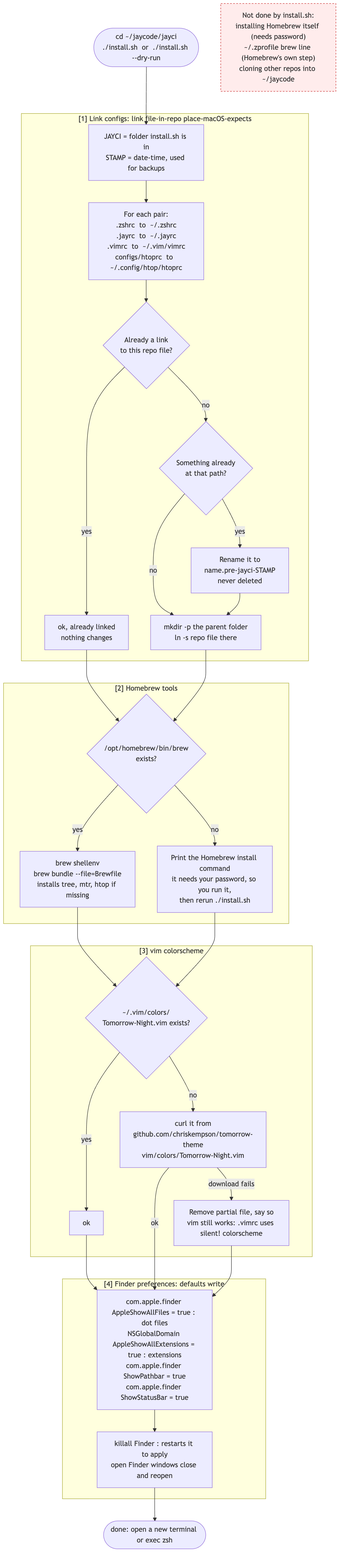
This is docs/diagrams/2-install.png from jaycody/jayci, a Mermaid export, as it was before one commit. Its source is kept beside it as docs/diagrams/2-install.mmd. Source of this version:
```mermaid
flowchart TD
    A(["cd ~/jaycode/jayci<br/>./install.sh  or  ./install.sh --dry-run"]) --> B["JAYCI = folder install.sh is in<br/>STAMP = date-time, used for backups"]

    subgraph S1 ["[1] Link configs: link file-in-repo  place-macOS-expects"]
        B --> L0["For each pair:<br/>.zshrc  to  ~/.zshrc<br/>.jayrc  to  ~/.jayrc<br/>.vimrc  to  ~/.vim/vimrc<br/>configs/htoprc  to  ~/.config/htop/htoprc"]
        L0 --> L1{"Already a link<br/>to this repo file?"}
        L1 -->|yes| L2["ok, already linked<br/>nothing changes"]
        L1 -->|no| L3{"Something already<br/>at that path?"}
        L3 -->|yes| L4["Rename it to<br/>name.pre-jayci-STAMP<br/>never deleted"]
        L3 -->|no| L5
        L4 --> L5["mkdir -p the parent folder<br/>ln -s repo file there"]
    end

    L2 --> H0
    L5 --> H0

    subgraph S2 ["[2] Homebrew tools"]
        H0{"/opt/homebrew/bin/brew<br/>exists?"}
        H0 -->|yes| H1["brew shellenv<br/>brew bundle --file=Brewfile<br/>installs tree, mtr, htop if missing"]
        H0 -->|no| H2["Print the Homebrew install command<br/>it needs your password, so you run it,<br/>then rerun ./install.sh"]
    end

    H1 --> V0
    H2 --> V0

    subgraph S3 ["[3] vim colorscheme"]
        V0{"~/.vim/colors/<br/>Tomorrow-Night.vim exists?"}
        V0 -->|yes| V1["ok"]
        V0 -->|no| V2["curl it from<br/>github.com/chriskempson/tomorrow-theme<br/>vim/colors/Tomorrow-Night.vim"]
        V2 -->|download fails| V3["Remove partial file, say so<br/>vim still works: .vimrc uses silent! colorscheme"]
    end

    V1 --> F0
    V2 -->|ok| F0
    V3 --> F0

    subgraph S4 ["[4] Finder preferences: defaults write"]
        F0["com.apple.finder AppleShowAllFiles = true : dot files<br/>NSGlobalDomain AppleShowAllExtensions = true : extensions<br/>com.apple.finder ShowPathbar = true<br/>com.apple.finder ShowStatusBar = true"]
        F0 --> F1["killall Finder : restarts it to apply<br/>open Finder windows close and reopen"]
    end

    F1 --> Z(["done: open a new terminal or exec zsh"])

    N1["Not done by install.sh:<br/>installing Homebrew itself (needs password)<br/>~/.zprofile brew line (Homebrew's own step)<br/>cloning other repos into ~/jaycode"]

    classDef note fill:#ffecec,stroke:#c33,color:#333,stroke-dasharray: 4 3
    class N1 note
```
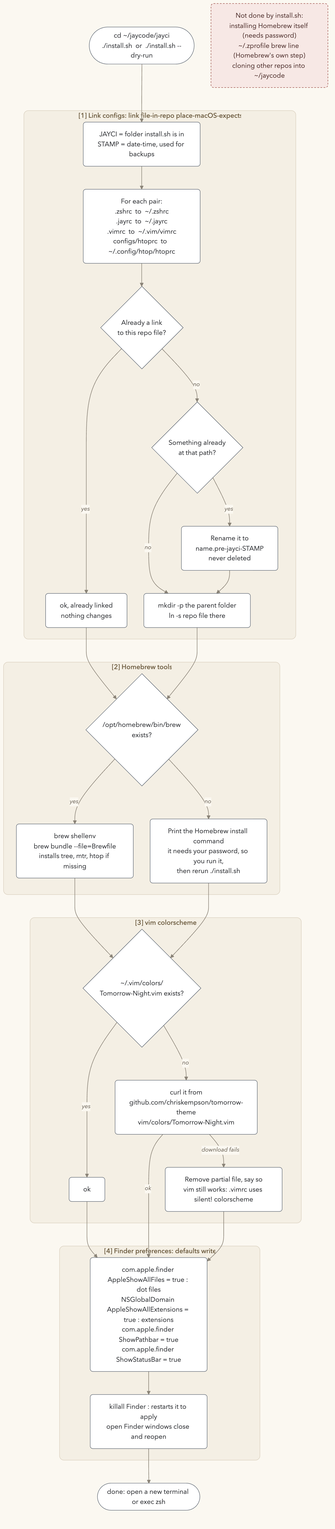
Later version of the same file.

Change to the diagram source:
```diff
@@ -43,5 +43,6 @@
 
     N1["Not done by install.sh:<br/>installing Homebrew itself (needs password)<br/>~/.zprofile brew line (Homebrew's own step)<br/>cloning other repos into ~/jaycode"]
 
-    classDef note fill:#ffecec,stroke:#c33,color:#333,stroke-dasharray: 4 3
+    classDef note fill:#F7E8E5,stroke:#9B4A43,color:#4A2A27,stroke-dasharray: 4 3
     class N1 note
+
```
